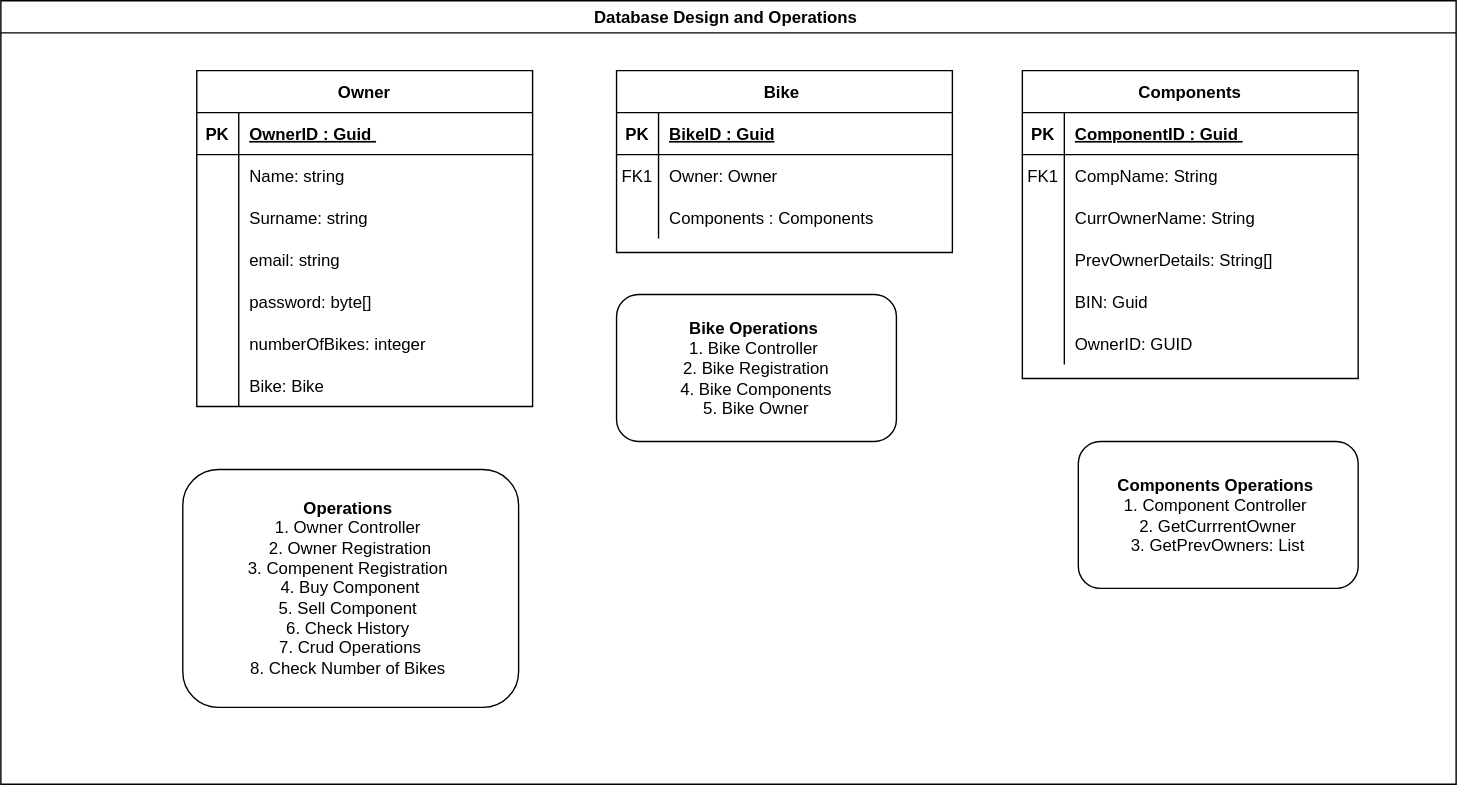
The draw.io diagram tracing-db.drawio.svg in elias-pitsi/Microbility-tracing, before a commit. Source tidied: cells renumbered, new cells last; positions are measured from the earlier drawing's top-left corner, leaving out a move shared by most shapes.
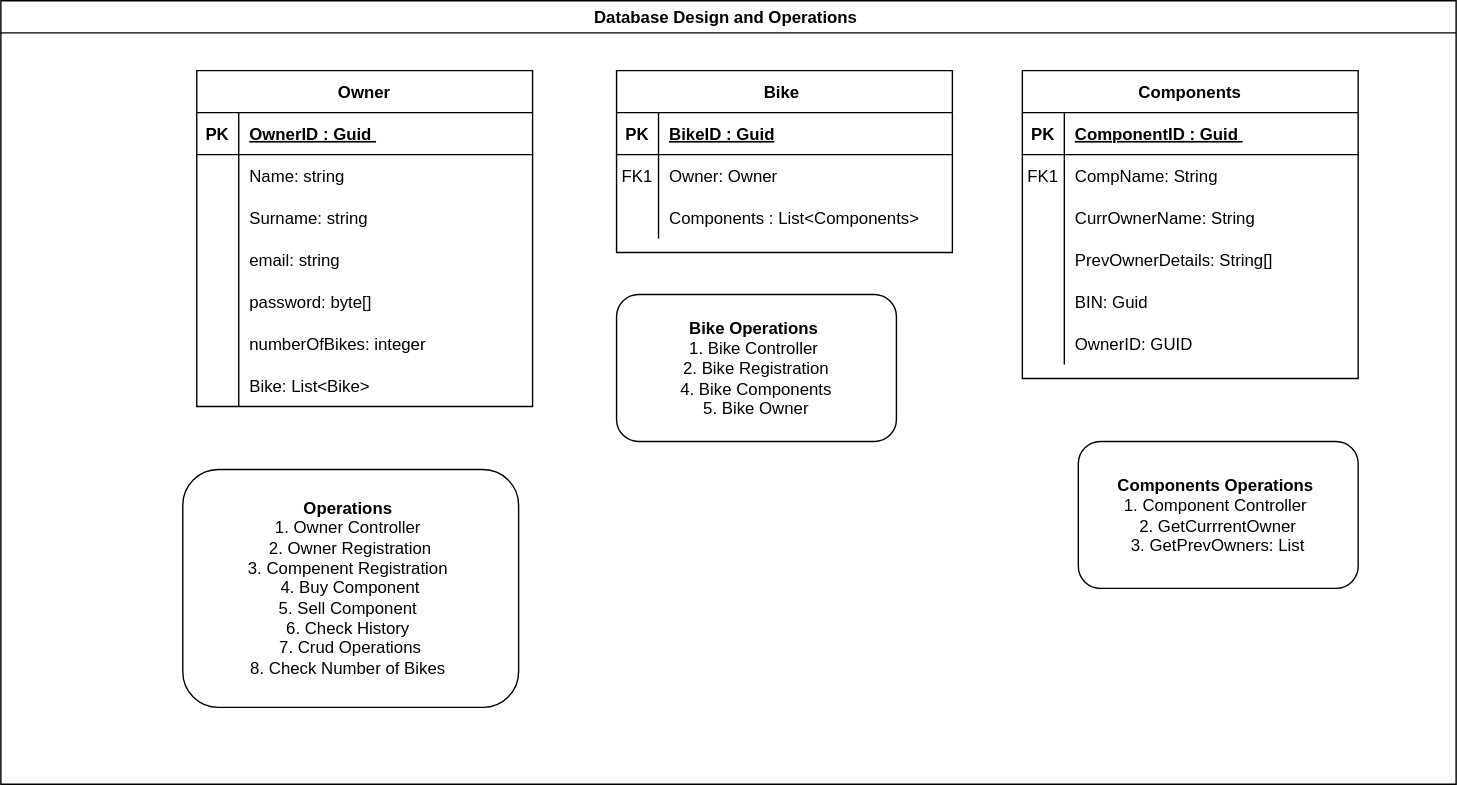
The same diagram one commit later.

The edit, as a diff of the source:
```diff
@@ -29,7 +29,7 @@
     <mxCell id="10" style="shape=partialRectangle;overflow=hidden;fillColor=none;top=0;left=0;bottom=0;right=0;" parent="9" vertex="1">
       <mxGeometry width="30" height="30" as="geometry" />
     </mxCell>
-    <mxCell id="11" value="Components : Components" style="shape=partialRectangle;overflow=hidden;fillColor=none;top=0;left=0;bottom=0;right=0;align=left;spacingLeft=6;" parent="9" vertex="1">
+    <mxCell id="11" value="Components : List&lt;Components&gt;" style="shape=partialRectangle;overflow=hidden;fillColor=none;top=0;left=0;bottom=0;right=0;align=left;spacingLeft=6;" parent="9" vertex="1">
       <mxGeometry x="30" width="210" height="30" as="geometry" />
     </mxCell>
     <mxCell id="12" value="Components" style="shape=table;startSize=30;rowLines=0;fontStyle=1;align=center;" parent="1" vertex="1">
@@ -152,7 +152,7 @@
     <mxCell id="51" style="shape=partialRectangle;overflow=hidden;fillColor=none;top=0;left=0;bottom=0;right=0;" parent="50" vertex="1">
       <mxGeometry width="30" height="30" as="geometry" />
     </mxCell>
-    <mxCell id="52" value="Bike: Bike" style="shape=partialRectangle;overflow=hidden;fillColor=none;top=0;left=0;bottom=0;right=0;align=left;spacingLeft=6;" parent="50" vertex="1">
+    <mxCell id="52" value="Bike: List&lt;Bike&gt;" style="shape=partialRectangle;overflow=hidden;fillColor=none;top=0;left=0;bottom=0;right=0;align=left;spacingLeft=6;" parent="50" vertex="1">
       <mxGeometry x="30" width="210" height="30" as="geometry" />
     </mxCell>
     <mxCell id="53" value="&lt;br&gt;" style="text;html=1;align=center;verticalAlign=middle;strokeColor=none;fillColor=none;" parent="1" vertex="1">
```
